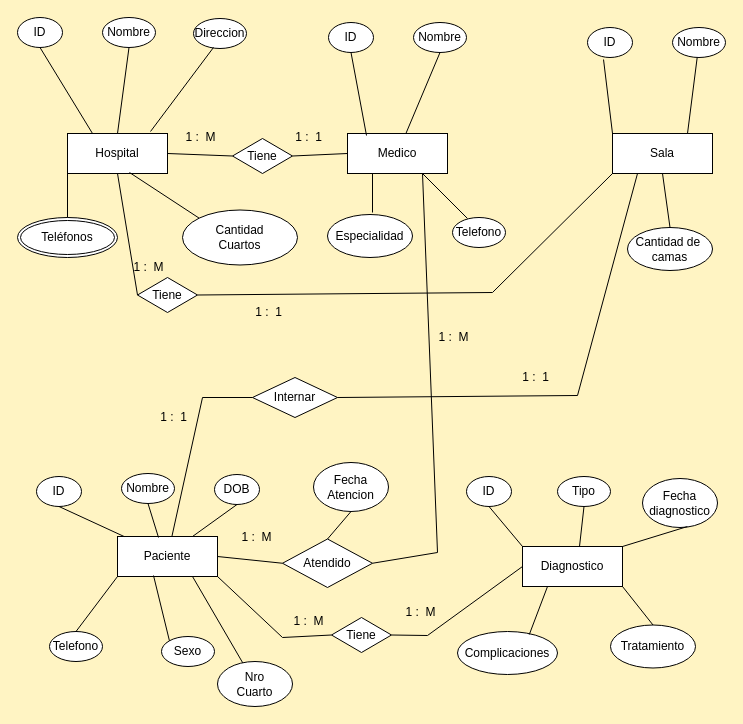
The draw.io diagram Fundamentos de bases de datos relacionales/Seccion 05/Seccion 5 pract 1.drawio in ampinkus/Senioritty, before the edit. Source tidied: cells renumbered, new cells numbered last; positions are measured from the earlier drawing's top-left corner, leaving out a move shared by most shapes. Both pictures are drawn from the tidied source at 100%, with x=0, y=0 at pixel (17, 17).
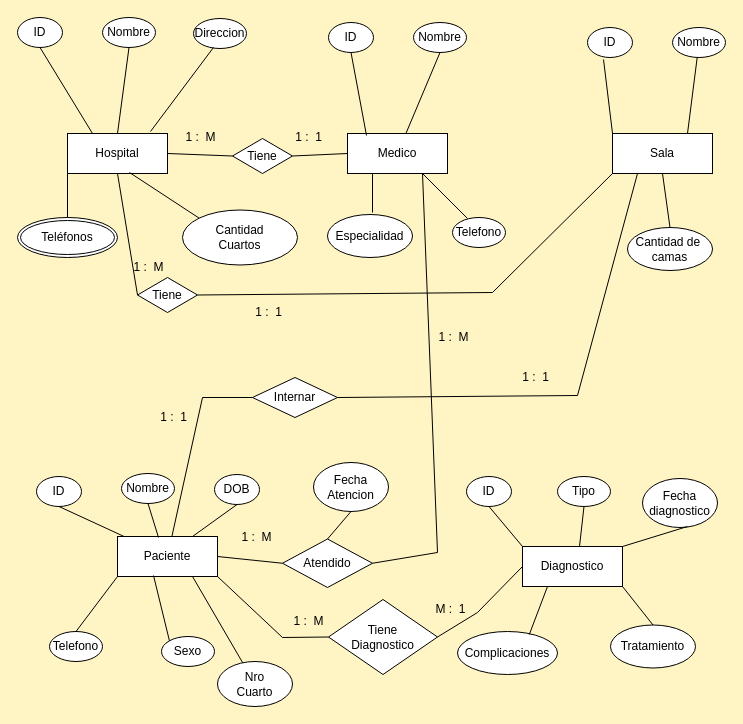
The same page after the edit.

Unchanged cells that the change refers to:
```xml
<mxCell id="6" value="Diagnostico" style="whiteSpace=wrap;html=1;align=center;" parent="1" vertex="1">
  <mxGeometry x="505" y="529" width="100" height="40" as="geometry" />
</mxCell>
```

Change to the diagram source:
```diff
@@
-    <mxCell id="71" value="Tiene" style="shape=rhombus;perimeter=rhombusPerimeter;whiteSpace=wrap;html=1;align=center;" parent="1" vertex="1">
-      <mxGeometry x="314" y="600" width="60" height="35" as="geometry" />
+    <mxCell id="71" value="Tiene&lt;br&gt;Diagnostico" style="shape=rhombus;perimeter=rhombusPerimeter;whiteSpace=wrap;html=1;align=center;" parent="1" vertex="1">
+      <mxGeometry x="311" y="582" width="109" height="75" as="geometry" />
     </mxCell>
@@
     <mxCell id="73" style="endArrow=none;html=1;rounded=0;exitX=1;exitY=0.5;exitDx=0;exitDy=0;entryX=0;entryY=0.5;entryDx=0;entryDy=0;" parent="1" edge="1" source="71" target="6">
       <mxGeometry relative="1" as="geometry">
         <Array as="points">
-          <mxPoint x="410" y="618" />
+          <mxPoint x="460" y="595" />
         </Array>
       </mxGeometry>
     </mxCell>
@@
-    <mxCell id="79" value="1 :&amp;nbsp; M" style="text;html=1;align=center;verticalAlign=middle;fillColor=none;strokeColor=none;rounded=0;" parent="1" vertex="1">
-      <mxGeometry x="380" y="585" width="45" height="20" as="geometry" />
+    <mxCell id="79" value="M :&amp;nbsp; 1" style="text;html=1;align=center;verticalAlign=middle;fillColor=none;strokeColor=none;rounded=0;" parent="1" vertex="1">
+      <mxGeometry x="410" y="582" width="45" height="20" as="geometry" />
     </mxCell>
```
